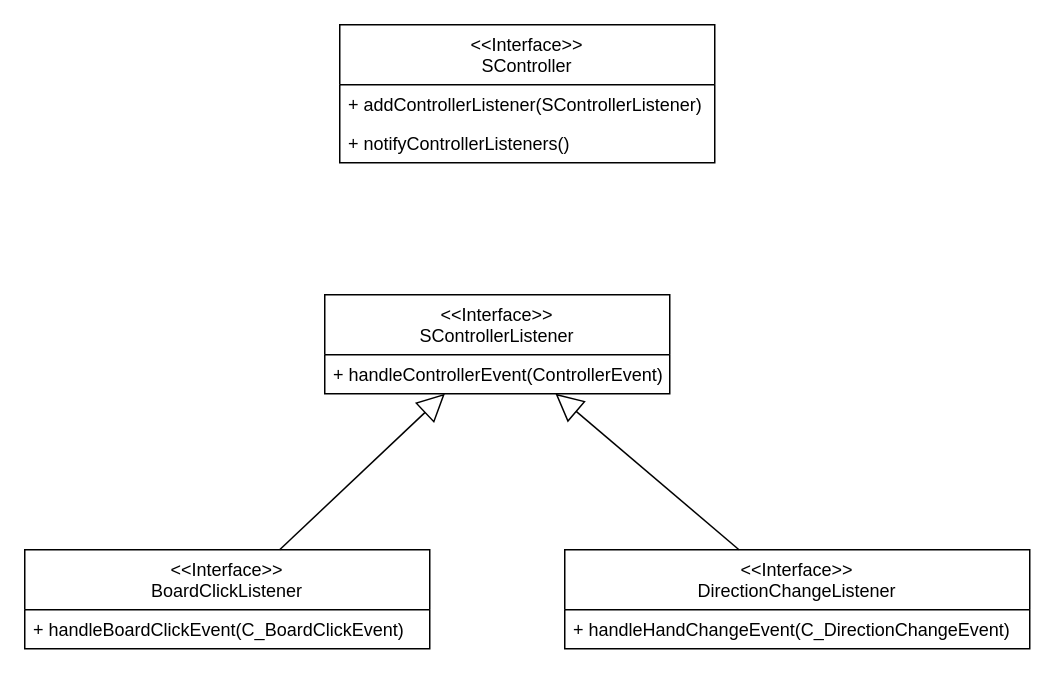
This is page "ControllerListeners" (2 of 2) of UML/ClassDiagrams/Listeners.drawio from trk20/Scuffle, a draw.io file, before an edit. Source tidied: cells renumbered, new cells numbered last; positions are measured from the earlier drawing's top-left corner, leaving out a move shared by most shapes. Both pictures are drawn from the tidied source at 150%, with x=0, y=0 at pixel (24, 24).
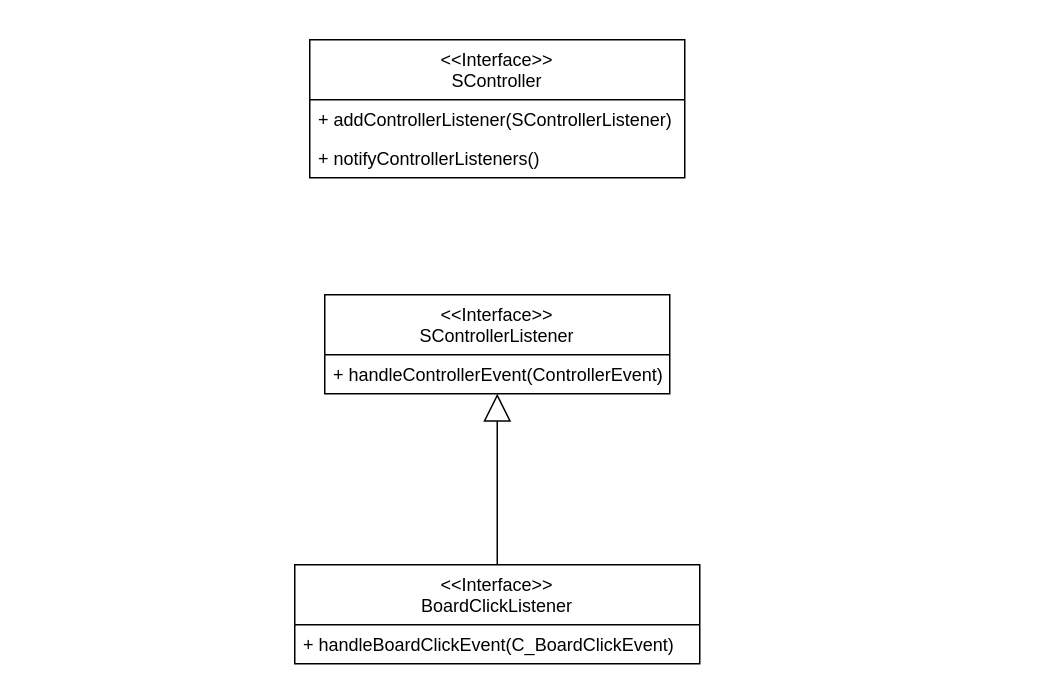
After the change.

What changed in the source:
```diff
@@
 <mxGraphModel>
   <root>
     <mxCell id="0" />
     <mxCell id="1" parent="0" />
     <mxCell id="2" value="&lt;&lt;Interface&gt;&gt;&#10;SController" style="swimlane;fontStyle=0;horizontal=1;startSize=40;fillColor=none;" parent="1" vertex="1">
-      <mxGeometry x="210" width="250" height="92" as="geometry" />
+      <mxGeometry x="190" y="10" width="250" height="92" as="geometry" />
     </mxCell>
     <mxCell id="3" value="+ addControllerListener(SControllerListener)" style="text;strokeColor=none;fillColor=none;align=left;verticalAlign=top;spacingLeft=4;spacingRight=4;overflow=hidden;" parent="2" vertex="1">
       <mxGeometry y="40" width="250" height="26" as="geometry" />
     </mxCell>
     <mxCell id="4" value="+ notifyControllerListeners()" style="text;strokeColor=none;fillColor=none;align=left;verticalAlign=top;spacingLeft=4;spacingRight=4;overflow=hidden;" parent="2" vertex="1">
       <mxGeometry y="66" width="250" height="26" as="geometry" />
     </mxCell>
     <mxCell id="5" value="&lt;&lt;Interface&gt;&gt;&#10;SControllerListener" style="swimlane;fontStyle=0;horizontal=1;startSize=40;fillColor=none;" parent="1" vertex="1">
       <mxGeometry x="200" y="180" width="230" height="66" as="geometry" />
     </mxCell>
     <mxCell id="6" value="+ handleControllerEvent(ControllerEvent)" style="text;strokeColor=none;fillColor=none;align=left;verticalAlign=top;spacingLeft=4;spacingRight=4;overflow=hidden;" parent="5" vertex="1">
       <mxGeometry y="40" width="230" height="26" as="geometry" />
     </mxCell>
     <mxCell id="7" value="&lt;&lt;Interface&gt;&gt;&#10;BoardClickListener" style="swimlane;fontStyle=0;horizontal=1;startSize=40;fillColor=none;" parent="1" vertex="1">
-      <mxGeometry y="350" width="270" height="66" as="geometry" />
+      <mxGeometry x="180" y="360" width="270" height="66" as="geometry" />
     </mxCell>
     <mxCell id="8" value="+ handleBoardClickEvent(C_BoardClickEvent)" style="text;strokeColor=none;fillColor=none;align=left;verticalAlign=top;spacingLeft=4;spacingRight=4;overflow=hidden;" parent="7" vertex="1">
       <mxGeometry y="40" width="270" height="26" as="geometry" />
     </mxCell>
-    <mxCell id="9" value="&lt;&lt;Interface&gt;&gt;&#10;DirectionChangeListener" style="swimlane;fontStyle=0;horizontal=1;startSize=40;fillColor=none;" parent="1" vertex="1">
-      <mxGeometry x="360" y="350" width="310" height="66" as="geometry" />
-    </mxCell>
-    <mxCell id="10" value="+ handleHandChangeEvent(C_DirectionChangeEvent)" style="text;strokeColor=none;fillColor=none;align=left;verticalAlign=top;spacingLeft=4;spacingRight=4;overflow=hidden;" parent="9" vertex="1">
-      <mxGeometry y="40" width="310" height="26" as="geometry" />
-    </mxCell>
     <mxCell id="11" style="endArrow=block;endSize=16;endFill=0;html=1;rounded=0;" parent="1" edge="1" source="7" target="5">
       <mxGeometry relative="1" as="geometry" />
     </mxCell>
-    <mxCell id="12" style="endArrow=block;endSize=16;endFill=0;html=1;rounded=0;" parent="1" edge="1" source="9" target="5">
-      <mxGeometry relative="1" as="geometry" />
-    </mxCell>
   </root>
 </mxGraphModel>
```
